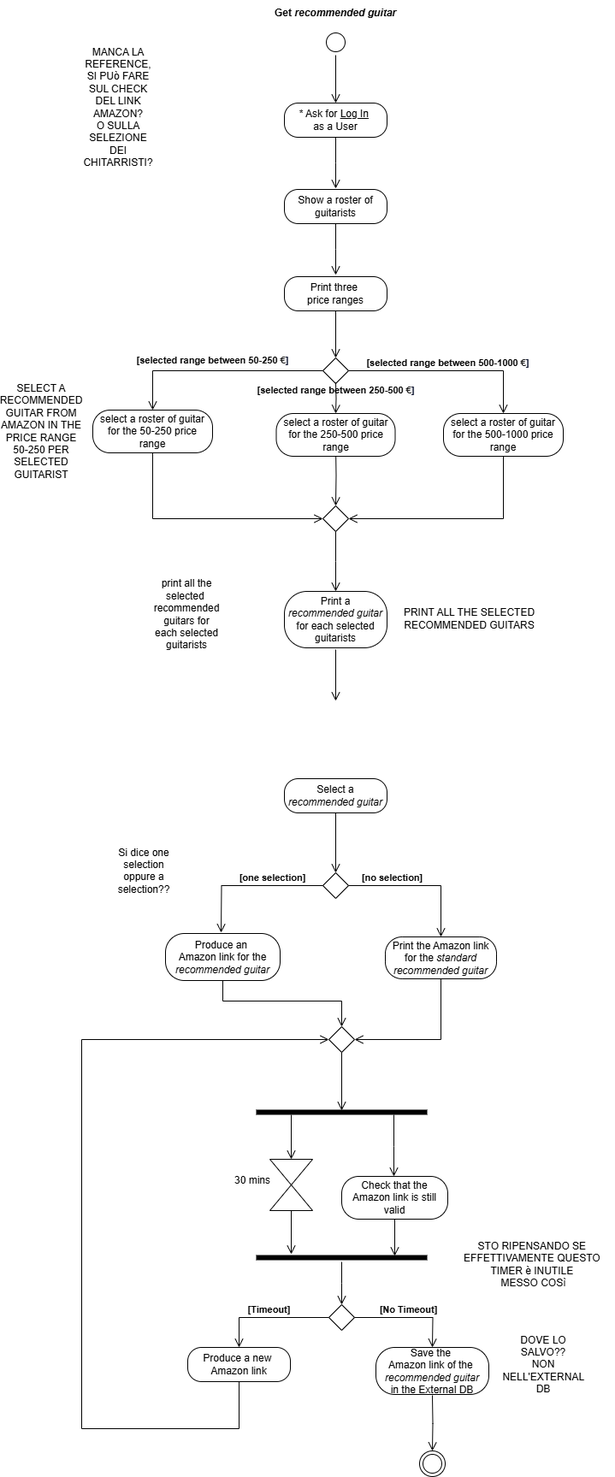
Earlier version of the draw.io export ActivityDiagramM.drawio.png (TizianoLilli/ISPW-Project). Source tidied: cells renumbered, new cells last; positions are measured from the earlier drawing's top-left corner, leaving out a move shared by most shapes.
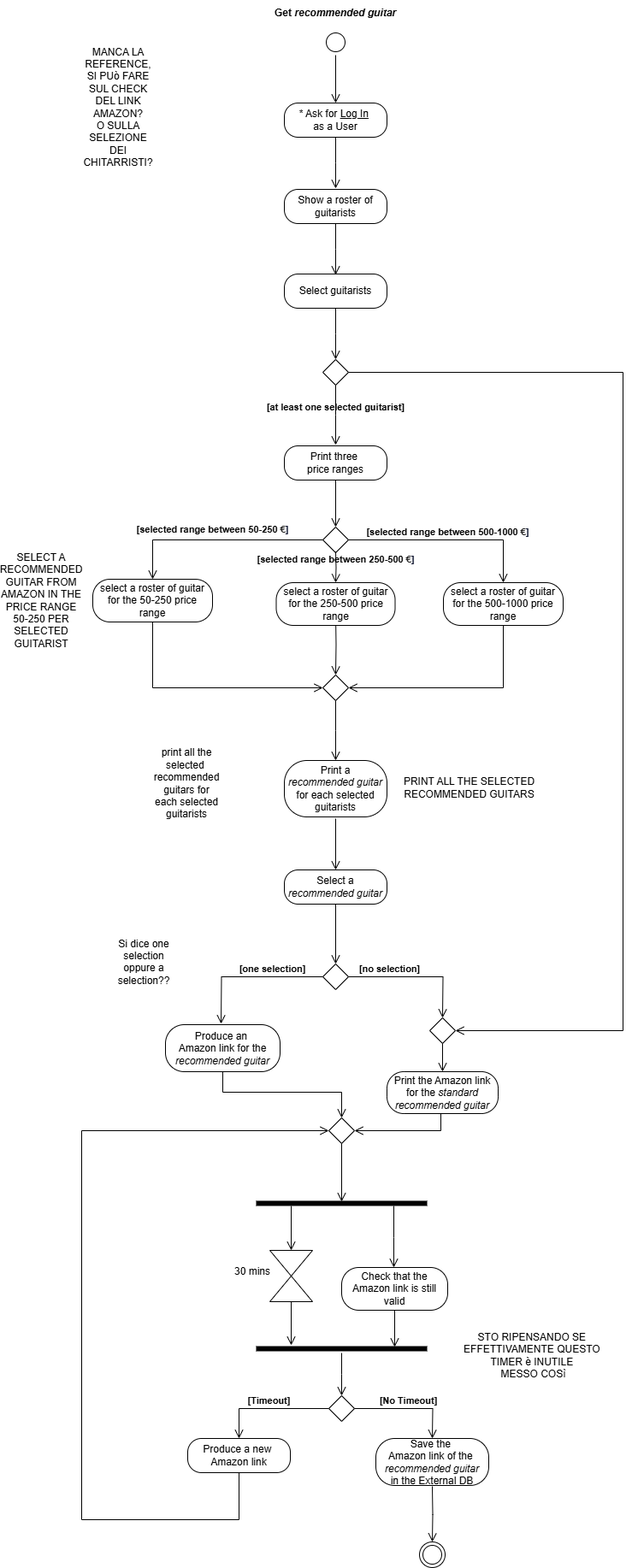
After the change.

Change to the diagram source:
```diff
@@ -5,3 +5,3 @@
     <mxCell id="2" value="Print three&amp;nbsp;&lt;div&gt;price ranges&lt;/div&gt;" style="rounded=1;whiteSpace=wrap;html=1;arcSize=40;labelBackgroundColor=none;" parent="1" vertex="1">
-      <mxGeometry x="314" y="323" width="120" height="40" as="geometry" />
+      <mxGeometry x="314" y="521" width="120" height="40" as="geometry" />
     </mxCell>
@@ -9,3 +9,3 @@
       <mxGeometry relative="1" as="geometry">
-        <mxPoint x="374" y="418" as="targetPoint" />
+        <mxPoint x="374" y="616" as="targetPoint" />
       </mxGeometry>
@@ -13,3 +13,3 @@
     <mxCell id="4" style="rhombus;whiteSpace=wrap;html=1;labelBackgroundColor=none;" parent="1" vertex="1">
-      <mxGeometry x="359" y="418" width="30" height="30" as="geometry" />
+      <mxGeometry x="359" y="616" width="30" height="30" as="geometry" />
     </mxCell>
@@ -18,3 +18,3 @@
         <Array as="points">
-          <mxPoint x="570" y="433" />
+          <mxPoint x="570" y="631" />
         </Array>
@@ -24,6 +24,6 @@
       <mxGeometry relative="1" as="geometry">
-        <mxPoint x="560" y="519" as="sourcePoint" />
+        <mxPoint x="560" y="717" as="sourcePoint" />
         <Array as="points">
-          <mxPoint x="570" y="519" />
-          <mxPoint x="570" y="606" />
+          <mxPoint x="570" y="717" />
+          <mxPoint x="570" y="804" />
         </Array>
@@ -33,3 +33,3 @@
       <mxGeometry relative="1" as="geometry">
-        <mxPoint x="374" y="447" as="sourcePoint" />
+        <mxPoint x="374" y="645" as="sourcePoint" />
       </mxGeometry>
@@ -38,3 +38,3 @@
       <mxGeometry relative="1" as="geometry">
-        <mxPoint x="374" y="519" as="sourcePoint" />
+        <mxPoint x="374" y="717" as="sourcePoint" />
       </mxGeometry>
@@ -45,3 +45,3 @@
     <mxCell id="10" value="select a roster of guitar for the 50-250 price range" style="rounded=1;whiteSpace=wrap;html=1;arcSize=40;labelBackgroundColor=none;" parent="1" vertex="1">
-      <mxGeometry x="90" y="479" width="140" height="50" as="geometry" />
+      <mxGeometry x="90" y="677" width="140" height="50" as="geometry" />
     </mxCell>
@@ -49,6 +49,6 @@
       <mxGeometry relative="1" as="geometry">
-        <mxPoint x="165" y="529" as="sourcePoint" />
+        <mxPoint x="165" y="727" as="sourcePoint" />
         <Array as="points">
-          <mxPoint x="160" y="529" />
-          <mxPoint x="160" y="606" />
+          <mxPoint x="160" y="727" />
+          <mxPoint x="160" y="804" />
         </Array>
@@ -57,6 +57,6 @@
     <mxCell id="12" value="select a roster of guitar for the 250-500 price range" style="rounded=1;whiteSpace=wrap;html=1;arcSize=40;labelBackgroundColor=none;" parent="1" vertex="1">
-      <mxGeometry x="304.5" y="483" width="139" height="50" as="geometry" />
+      <mxGeometry x="304.5" y="681" width="139" height="50" as="geometry" />
     </mxCell>
     <mxCell id="13" value="select a roster of guitar for the 500-1000 price range" style="rounded=1;whiteSpace=wrap;html=1;arcSize=40;labelBackgroundColor=none;" parent="1" vertex="1">
-      <mxGeometry x="500" y="483" width="140" height="50" as="geometry" />
+      <mxGeometry x="500" y="681" width="140" height="50" as="geometry" />
     </mxCell>
@@ -71,3 +71,3 @@
     <mxCell id="16" style="rhombus;whiteSpace=wrap;html=1;labelBackgroundColor=none;" parent="1" vertex="1">
-      <mxGeometry x="359" y="591" width="30" height="30" as="geometry" />
+      <mxGeometry x="359" y="789" width="30" height="30" as="geometry" />
     </mxCell>
@@ -75,3 +75,3 @@
       <mxGeometry relative="1" as="geometry">
-        <mxPoint x="374" y="691" as="targetPoint" />
+        <mxPoint x="374" y="889" as="targetPoint" />
       </mxGeometry>
@@ -79,3 +79,3 @@
     <mxCell id="18" value="Print a&lt;div&gt;&lt;i&gt;recommended guitar&lt;/i&gt;&lt;/div&gt;&lt;div&gt;for each selected guitarists&lt;/div&gt;" style="rounded=1;whiteSpace=wrap;html=1;arcSize=40;labelBackgroundColor=none;" parent="1" vertex="1">
-      <mxGeometry x="314" y="691" width="120" height="66" as="geometry" />
+      <mxGeometry x="314" y="889" width="120" height="66" as="geometry" />
     </mxCell>
@@ -83,4 +83,4 @@
       <mxGeometry relative="1" as="geometry">
-        <mxPoint x="374" y="759" as="sourcePoint" />
-        <mxPoint x="374" y="819" as="targetPoint" />
+        <mxPoint x="374" y="957" as="sourcePoint" />
+        <mxPoint x="374" y="1017" as="targetPoint" />
       </mxGeometry>
@@ -88,3 +88,3 @@
     <mxCell id="20" value="Produce an&amp;nbsp;&lt;div&gt;Amazon link for the&lt;/div&gt;&lt;div&gt;&lt;i&gt;recommended guitar&lt;/i&gt;&lt;/div&gt;" style="rounded=1;whiteSpace=wrap;html=1;arcSize=40;labelBackgroundColor=none;" parent="1" vertex="1">
-      <mxGeometry x="175" y="1091" width="134" height="55" as="geometry" />
+      <mxGeometry x="175" y="1198" width="134" height="55" as="geometry" />
     </mxCell>
@@ -93,4 +93,4 @@
         <Array as="points">
-          <mxPoint x="242" y="1170" />
-          <mxPoint x="381" y="1170" />
+          <mxPoint x="242" y="1277" />
+          <mxPoint x="381" y="1277" />
         </Array>
@@ -99,3 +99,3 @@
     <mxCell id="22" style="shape=line;html=1;strokeWidth=6;labelBackgroundColor=none;" parent="1" vertex="1">
-      <mxGeometry x="281" y="1295" width="200" height="10" as="geometry" />
+      <mxGeometry x="281" y="1402" width="200" height="10" as="geometry" />
     </mxCell>
@@ -103,3 +103,3 @@
       <mxGeometry relative="1" as="geometry">
-        <mxPoint x="442" y="1375" as="targetPoint" />
+        <mxPoint x="442" y="1482" as="targetPoint" />
       </mxGeometry>
@@ -107,3 +107,3 @@
     <mxCell id="24" value="Check that the Amazon link is still valid" style="rounded=1;whiteSpace=wrap;html=1;arcSize=40;labelBackgroundColor=none;" parent="1" vertex="1">
-      <mxGeometry x="381" y="1375" width="124" height="50" as="geometry" />
+      <mxGeometry x="381" y="1482" width="124" height="50" as="geometry" />
     </mxCell>
@@ -113,9 +113,9 @@
     <mxCell id="26" style="rhombus;whiteSpace=wrap;html=1;labelBackgroundColor=none;" parent="1" vertex="1">
-      <mxGeometry x="366" y="1525" width="30" height="30" as="geometry" />
+      <mxGeometry x="366" y="1632" width="30" height="30" as="geometry" />
     </mxCell>
     <mxCell id="27" style="triangle;whiteSpace=wrap;html=1;direction=south;labelBackgroundColor=none;" parent="1" vertex="1">
-      <mxGeometry x="297" y="1355" width="50" height="30" as="geometry" />
+      <mxGeometry x="297" y="1462" width="50" height="30" as="geometry" />
     </mxCell>
     <mxCell id="28" style="triangle;whiteSpace=wrap;html=1;direction=north;labelBackgroundColor=none;" parent="1" vertex="1">
-      <mxGeometry x="297" y="1385" width="50" height="30" as="geometry" />
+      <mxGeometry x="297" y="1492" width="50" height="30" as="geometry" />
     </mxCell>
@@ -125,3 +125,3 @@
     <mxCell id="30" value="30 mins" style="text;html=1;align=center;verticalAlign=middle;whiteSpace=wrap;rounded=0;labelBackgroundColor=none;" parent="1" vertex="1">
-      <mxGeometry x="247" y="1365" width="60" height="30" as="geometry" />
+      <mxGeometry x="247" y="1472" width="60" height="30" as="geometry" />
     </mxCell>
@@ -131,3 +131,3 @@
     <mxCell id="32" style="shape=line;html=1;strokeWidth=6;labelBackgroundColor=none;" parent="1" vertex="1">
-      <mxGeometry x="281" y="1465" width="200" height="10" as="geometry" />
+      <mxGeometry x="281" y="1572" width="200" height="10" as="geometry" />
     </mxCell>
@@ -135,3 +135,3 @@
       <mxGeometry relative="1" as="geometry">
-        <mxPoint x="381" y="1525" as="targetPoint" />
+        <mxPoint x="381" y="1632" as="targetPoint" />
       </mxGeometry>
@@ -140,3 +140,3 @@
       <mxGeometry relative="1" as="geometry">
-        <mxPoint x="487" y="1575" as="targetPoint" />
+        <mxPoint x="487" y="1682" as="targetPoint" />
       </mxGeometry>
@@ -144,3 +144,3 @@
     <mxCell id="35" value="Save the&amp;nbsp;&lt;div&gt;Amazon link&amp;nbsp;&lt;span style=&quot;background-color: initial;&quot;&gt;of the&amp;nbsp;&lt;/span&gt;&lt;div&gt;&lt;div&gt;&lt;i&gt;recommended guitar&lt;/i&gt;&lt;/div&gt;&lt;div&gt;in the External DB&lt;/div&gt;&lt;/div&gt;&lt;/div&gt;" style="rounded=1;whiteSpace=wrap;html=1;arcSize=40;labelBackgroundColor=none;" parent="1" vertex="1">
-      <mxGeometry x="421" y="1575" width="132" height="55" as="geometry" />
+      <mxGeometry x="421" y="1682" width="132" height="55" as="geometry" />
     </mxCell>
@@ -150,3 +150,3 @@
     <mxCell id="37" value="&lt;div&gt;&lt;span style=&quot;background-color: initial;&quot;&gt;Produce a new&amp;nbsp;&lt;/span&gt;&lt;/div&gt;&lt;div&gt;Amazon link&lt;/div&gt;" style="rounded=1;whiteSpace=wrap;html=1;arcSize=40;labelBackgroundColor=none;" parent="1" vertex="1">
-      <mxGeometry x="201" y="1575" width="120" height="40" as="geometry" />
+      <mxGeometry x="201" y="1682" width="120" height="40" as="geometry" />
     </mxCell>
@@ -155,5 +155,5 @@
         <Array as="points">
-          <mxPoint x="261" y="1670" />
-          <mxPoint x="77" y="1670" />
-          <mxPoint x="77" y="1215" />
+          <mxPoint x="261" y="1777" />
+          <mxPoint x="77" y="1777" />
+          <mxPoint x="77" y="1322" />
         </Array>
@@ -162,3 +162,3 @@
     <mxCell id="39" style="rhombus;whiteSpace=wrap;html=1;labelBackgroundColor=none;" parent="1" vertex="1">
-      <mxGeometry x="366" y="1200" width="30" height="30" as="geometry" />
+      <mxGeometry x="366" y="1307" width="30" height="30" as="geometry" />
     </mxCell>
@@ -168,3 +168,3 @@
     <mxCell id="41" style="ellipse;html=1;shape=endState;labelBackgroundColor=none;" parent="1" vertex="1">
-      <mxGeometry x="472" y="1696" width="30" height="30" as="geometry" />
+      <mxGeometry x="472" y="1803" width="30" height="30" as="geometry" />
     </mxCell>
@@ -172,3 +172,3 @@
       <mxGeometry relative="1" as="geometry">
-        <mxPoint x="487" y="1631" as="sourcePoint" />
+        <mxPoint x="487" y="1738" as="sourcePoint" />
       </mxGeometry>
@@ -184,5 +184,2 @@
     </mxCell>
-    <mxCell id="46" value="DOVE LO SALVO??&lt;div&gt;NON NELL'EXTERNAL DB&lt;/div&gt;" style="text;html=1;align=center;verticalAlign=middle;whiteSpace=wrap;rounded=0;labelBackgroundColor=none;" parent="1" vertex="1">
-      <mxGeometry x="587" y="1580" width="60" height="30" as="geometry" />
-    </mxCell>
     <mxCell id="47" value="MANCA LA REFERENCE, SI PUò FARE SUL CHECK DEL LINK AMAZON?&lt;div&gt;O SULLA SELEZIONE DEI CHITARRISTI?&lt;/div&gt;" style="text;html=1;align=center;verticalAlign=middle;whiteSpace=wrap;rounded=0;labelBackgroundColor=none;" parent="1" vertex="1">
@@ -199,15 +196,15 @@
     <mxCell id="50" value="STO RIPENSANDO SE&amp;nbsp;&lt;div&gt;EFFETTIVAMENTE QUESTO&amp;nbsp;&lt;/div&gt;&lt;div&gt;TIMER è INUTILE&amp;nbsp;&lt;/div&gt;&lt;div&gt;MESSO COSì&lt;/div&gt;" style="text;html=1;align=center;verticalAlign=middle;strokeColor=none;fillColor=none;labelBackgroundColor=none;" parent="1" vertex="1">
-      <mxGeometry x="510" y="1443" width="190" height="70" as="geometry" />
+      <mxGeometry x="510" y="1550" width="190" height="70" as="geometry" />
     </mxCell>
     <mxCell id="51" value="SELECT A RECOMMENDED GUITAR FROM AMAZON IN THE PRICE RANGE 50-250 PER SELECTED GUITARIST" style="text;html=1;align=center;verticalAlign=middle;whiteSpace=wrap;rounded=0;labelBackgroundColor=none;" parent="1" vertex="1">
-      <mxGeometry y="489" width="60" height="30" as="geometry" />
+      <mxGeometry y="687" width="60" height="30" as="geometry" />
     </mxCell>
     <mxCell id="52" value="PRINT ALL THE SELECTED&lt;div&gt;RECOMMENDED GUITARS&lt;/div&gt;" style="text;html=1;align=center;verticalAlign=middle;strokeColor=none;fillColor=none;labelBackgroundColor=none;" parent="1" vertex="1">
-      <mxGeometry x="440" y="703" width="180" height="40" as="geometry" />
+      <mxGeometry x="440" y="901" width="180" height="40" as="geometry" />
     </mxCell>
     <mxCell id="53" value="Select a&lt;div&gt;&lt;i&gt;recommended guitar&lt;/i&gt;&lt;/div&gt;" style="rounded=1;whiteSpace=wrap;html=1;arcSize=40;labelBackgroundColor=none;" parent="1" vertex="1">
-      <mxGeometry x="314" y="910" width="120" height="40" as="geometry" />
+      <mxGeometry x="314" y="1017" width="120" height="40" as="geometry" />
     </mxCell>
     <mxCell id="54" value="print all the selected&amp;nbsp; recommended guitars for each selected guitarists" style="text;html=1;align=center;verticalAlign=middle;whiteSpace=wrap;rounded=0;labelBackgroundColor=none;" parent="1" vertex="1">
-      <mxGeometry x="170" y="703" width="60" height="30" as="geometry" />
+      <mxGeometry x="170" y="901" width="60" height="30" as="geometry" />
     </mxCell>
@@ -217,3 +214,3 @@
     <mxCell id="56" style="rhombus;whiteSpace=wrap;html=1;labelBackgroundColor=none;" parent="1" vertex="1">
-      <mxGeometry x="359" y="1020" width="30" height="30" as="geometry" />
+      <mxGeometry x="359" y="1127" width="30" height="30" as="geometry" />
     </mxCell>
@@ -221,3 +218,3 @@
       <mxGeometry x="-0.32" relative="1" as="geometry">
-        <mxPoint x="240" y="1090" as="targetPoint" />
+        <mxPoint x="240" y="1197" as="targetPoint" />
       </mxGeometry>
@@ -225,6 +222,6 @@
     <mxCell id="58" value="Si dice one selection oppure a selection??&lt;div&gt;&lt;br&gt;&lt;/div&gt;" style="text;html=1;align=center;verticalAlign=middle;whiteSpace=wrap;rounded=0;labelBackgroundColor=none;" parent="1" vertex="1">
-      <mxGeometry x="120" y="1010" width="60" height="30" as="geometry" />
+      <mxGeometry x="120" y="1117" width="60" height="30" as="geometry" />
     </mxCell>
     <mxCell id="59" value="Print the Amazon link&lt;div&gt;for the &lt;i&gt;standard&lt;/i&gt;&lt;/div&gt;&lt;div&gt;&lt;i&gt;recommended guitar&lt;/i&gt;&lt;/div&gt;" style="rounded=1;whiteSpace=wrap;html=1;arcSize=40;labelBackgroundColor=none;" parent="1" vertex="1">
-      <mxGeometry x="432" y="1095" width="130" height="49" as="geometry" />
+      <mxGeometry x="434" y="1253" width="130" height="49" as="geometry" />
     </mxCell>
@@ -233,3 +230,3 @@
         <Array as="points">
-          <mxPoint x="497" y="1215" />
+          <mxPoint x="497" y="1322" />
         </Array>
@@ -237,5 +234,37 @@
     </mxCell>
-    <mxCell id="61" value="&lt;b&gt;[no selection]&lt;/b&gt;" style="edgeStyle=orthogonalEdgeStyle;html=1;verticalAlign=bottom;endArrow=open;endSize=8;rounded=0;labelBackgroundColor=none;fontColor=default;exitX=1;exitY=0.5;exitDx=0;exitDy=0;entryX=0.5;entryY=0;entryDx=0;entryDy=0;" parent="1" edge="1" source="56" target="59">
-      <mxGeometry x="-0.39" relative="1" as="geometry" />
+    <mxCell id="61" value="&lt;b&gt;[no selection]&lt;/b&gt;" style="edgeStyle=orthogonalEdgeStyle;html=1;verticalAlign=bottom;endArrow=open;endSize=8;rounded=0;labelBackgroundColor=none;fontColor=default;exitX=1;exitY=0.5;exitDx=0;exitDy=0;" parent="1" edge="1" source="56">
+      <mxGeometry x="-0.39" relative="1" as="geometry">
+        <mxPoint x="499" y="1190" as="targetPoint" />
+      </mxGeometry>
     </mxCell>
+    <mxCell id="62" value="Select&amp;nbsp;&lt;span style=&quot;background-color: initial;&quot;&gt;guitarists&lt;/span&gt;" style="rounded=1;whiteSpace=wrap;html=1;arcSize=40;labelBackgroundColor=none;" parent="1" vertex="1">
+      <mxGeometry x="314" y="320" width="120" height="40" as="geometry" />
+    </mxCell>
+    <mxCell id="63" style="edgeStyle=orthogonalEdgeStyle;html=1;verticalAlign=bottom;endArrow=open;endSize=8;rounded=0;labelBackgroundColor=none;fontColor=default;" parent="1" edge="1" source="62">
+      <mxGeometry relative="1" as="geometry">
+        <mxPoint x="374" y="420" as="targetPoint" />
+      </mxGeometry>
+    </mxCell>
+    <mxCell id="64" style="rhombus;whiteSpace=wrap;html=1;labelBackgroundColor=none;" parent="1" vertex="1">
+      <mxGeometry x="359" y="420" width="30" height="30" as="geometry" />
+    </mxCell>
+    <mxCell id="65" value="&lt;b&gt;[at least one selected guitarist]&lt;/b&gt;" style="edgeStyle=orthogonalEdgeStyle;html=1;verticalAlign=bottom;endArrow=open;endSize=8;rounded=0;labelBackgroundColor=none;fontColor=default;exitX=0.5;exitY=1;exitDx=0;exitDy=0;" parent="1" edge="1" source="64">
+      <mxGeometry relative="1" as="geometry">
+        <mxPoint x="374" y="520" as="targetPoint" />
+      </mxGeometry>
+    </mxCell>
+    <mxCell id="66" style="edgeStyle=orthogonalEdgeStyle;html=1;verticalAlign=bottom;endArrow=open;endSize=8;rounded=0;labelBackgroundColor=none;fontColor=default;exitX=1;exitY=0.5;exitDx=0;exitDy=0;entryX=1;entryY=0.5;entryDx=0;entryDy=0;" parent="1" edge="1" source="64" target="67">
+      <mxGeometry relative="1" as="geometry">
+        <Array as="points">
+          <mxPoint x="710" y="435" />
+          <mxPoint x="710" y="1205" />
+        </Array>
+      </mxGeometry>
+    </mxCell>
+    <mxCell id="67" style="rhombus;whiteSpace=wrap;html=1;labelBackgroundColor=none;" parent="1" vertex="1">
+      <mxGeometry x="484" y="1190" width="30" height="30" as="geometry" />
+    </mxCell>
+    <mxCell id="68" style="edgeStyle=orthogonalEdgeStyle;html=1;verticalAlign=bottom;endArrow=open;endSize=8;rounded=0;entryX=0.5;entryY=0;entryDx=0;entryDy=0;exitX=0.5;exitY=1;exitDx=0;exitDy=0;labelBackgroundColor=none;fontColor=default;" parent="1" edge="1" source="67" target="59">
+      <mxGeometry relative="1" as="geometry" />
+    </mxCell>
   </root>
```
